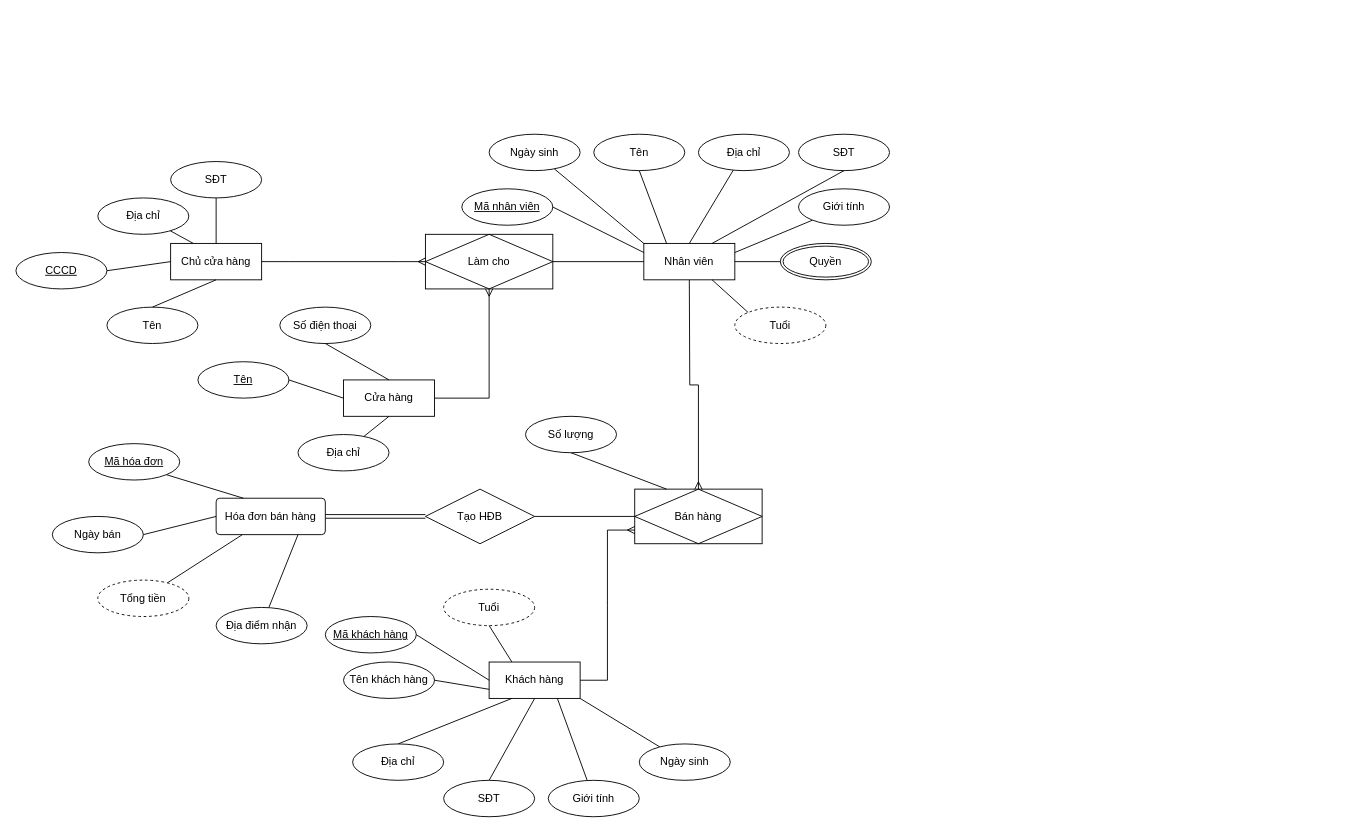
Senorita1610/67 keeps this draw.io diagram as Diagram1.drawio. Above is the earlier version. Source tidied: cells renumbered, new cells numbered last; positions are measured from the earlier drawing's top-left corner, leaving out a move shared by most shapes. Both pictures are drawn from the tidied source at 91%, with x=0, y=0 at pixel (15, 134).
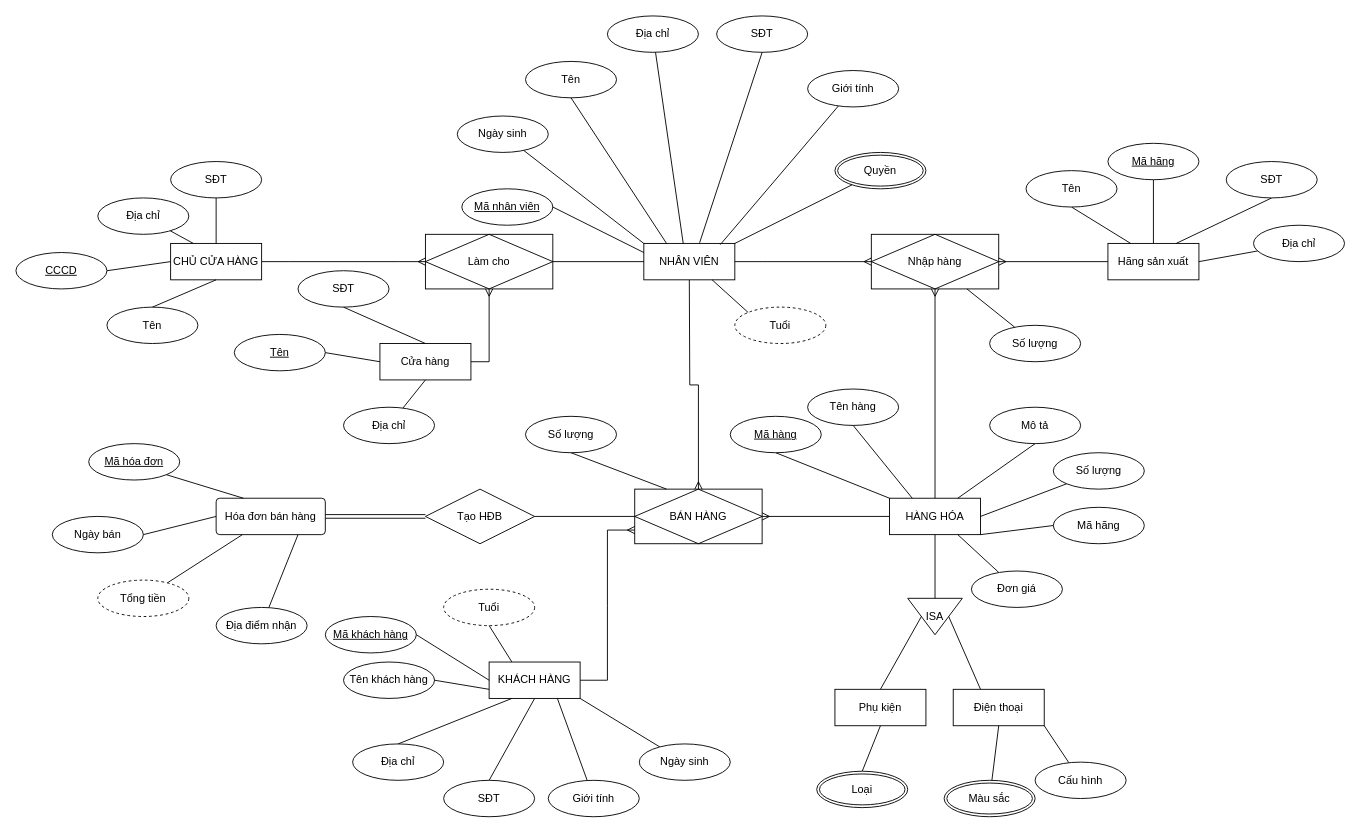
The same diagram, later.

Diff of the diagram source:
```diff
@@
-    <mxCell id="3" value="Bán hàng" style="shape=associativeEntity;whiteSpace=wrap;html=1;align=center;" parent="1" vertex="1">
+    <mxCell id="3" value="BÁN HÀNG" style="shape=associativeEntity;whiteSpace=wrap;html=1;align=center;" parent="1" vertex="1">
       <mxGeometry x="680" y="390" width="140" height="60" as="geometry" />
     </mxCell>
@@
-    <mxCell id="16" value="Khách hàng" style="whiteSpace=wrap;html=1;align=center;shadow=0;" parent="1" vertex="1">
+    <mxCell id="16" value="KHÁCH HÀNG" style="whiteSpace=wrap;html=1;align=center;shadow=0;" parent="1" vertex="1">
       <mxGeometry x="520" y="580" width="100" height="40" as="geometry" />
     </mxCell>
@@
-    <mxCell id="34" value="Nhân viên" style="whiteSpace=wrap;html=1;align=center;" parent="1" vertex="1">
+    <mxCell id="34" value="NHÂN VIÊN" style="whiteSpace=wrap;html=1;align=center;" parent="1" vertex="1">
       <mxGeometry x="690" y="120" width="100" height="40" as="geometry" />
     </mxCell>
@@
     <mxCell id="36" value="Quyền" style="ellipse;shape=doubleEllipse;margin=3;whiteSpace=wrap;html=1;align=center;" parent="1" vertex="1">
-      <mxGeometry x="840" y="120" width="100" height="40" as="geometry" />
+      <mxGeometry x="900" y="20" width="100" height="40" as="geometry" />
     </mxCell>
@@
-    <mxCell id="38" style="endArrow=none;html=1;rounded=0;elbow=vertical;exitX=1;exitY=0.5;exitDx=0;exitDy=0;" parent="1" edge="1" source="34" target="36">
+    <mxCell id="38" style="endArrow=none;html=1;rounded=0;elbow=vertical;exitX=1;exitY=0;exitDx=0;exitDy=0;" parent="1" edge="1" source="34" target="36">
       <mxGeometry relative="1" as="geometry" />
     </mxCell>
-    <mxCell id="39" style="endArrow=none;html=1;rounded=0;elbow=vertical;exitX=1;exitY=0.25;exitDx=0;exitDy=0;" parent="1" edge="1" source="34" target="40">
+    <mxCell id="39" style="endArrow=none;html=1;rounded=0;elbow=vertical;exitX=0.84;exitY=0.033;exitDx=0;exitDy=0;exitPerimeter=0;" parent="1" edge="1" source="34" target="40">
       <mxGeometry relative="1" as="geometry" />
     </mxCell>
     <mxCell id="40" value="Giới tính" style="ellipse;whiteSpace=wrap;html=1;align=center;" parent="1" vertex="1">
-      <mxGeometry x="860" y="60" width="100" height="40" as="geometry" />
+      <mxGeometry x="870" y="-70" width="100" height="40" as="geometry" />
     </mxCell>
     <mxCell id="41" value="SĐT" style="ellipse;whiteSpace=wrap;html=1;align=center;" parent="1" vertex="1">
-      <mxGeometry x="860" width="100" height="40" as="geometry" />
+      <mxGeometry x="770" y="-130" width="100" height="40" as="geometry" />
     </mxCell>
-    <mxCell id="42" style="endArrow=none;html=1;rounded=0;elbow=vertical;exitX=0.75;exitY=0;exitDx=0;exitDy=0;entryX=0.5;entryY=1;entryDx=0;entryDy=0;" parent="1" edge="1" source="34" target="41">
+    <mxCell id="42" style="endArrow=none;html=1;rounded=0;elbow=vertical;entryX=0.5;entryY=1;entryDx=0;entryDy=0;exitX=0.613;exitY=-0.017;exitDx=0;exitDy=0;exitPerimeter=0;" parent="1" edge="1" source="34" target="41">
       <mxGeometry relative="1" as="geometry" />
     </mxCell>
-    <mxCell id="43" style="endArrow=none;html=1;rounded=0;elbow=vertical;exitX=0.5;exitY=0;exitDx=0;exitDy=0;" parent="1" edge="1" source="34" target="44">
+    <mxCell id="43" style="endArrow=none;html=1;rounded=0;elbow=vertical;exitX=0.433;exitY=0;exitDx=0;exitDy=0;exitPerimeter=0;" parent="1" edge="1" source="34" target="44">
       <mxGeometry relative="1" as="geometry" />
     </mxCell>
     <mxCell id="44" value="Địa chỉ" style="ellipse;whiteSpace=wrap;html=1;align=center;" parent="1" vertex="1">
-      <mxGeometry x="750" width="100" height="40" as="geometry" />
+      <mxGeometry x="650" y="-130" width="100" height="40" as="geometry" />
     </mxCell>
     <mxCell id="45" value="Tên" style="ellipse;whiteSpace=wrap;html=1;align=center;" parent="1" vertex="1">
-      <mxGeometry x="635" width="100" height="40" as="geometry" />
+      <mxGeometry x="560" y="-80" width="100" height="40" as="geometry" />
     </mxCell>
@@
     <mxCell id="48" value="Ngày sinh" style="ellipse;whiteSpace=wrap;html=1;align=center;" parent="1" vertex="1">
-      <mxGeometry x="520" width="100" height="40" as="geometry" />
+      <mxGeometry x="485" y="-20" width="100" height="40" as="geometry" />
     </mxCell>
@@
     <mxCell id="54" value="Cửa hàng" style="whiteSpace=wrap;html=1;align=center;" parent="1" vertex="1">
-      <mxGeometry x="360" y="270" width="100" height="40" as="geometry" />
+      <mxGeometry x="400" y="230" width="100" height="40" as="geometry" />
     </mxCell>
-    <mxCell id="55" value="Số điện thoại" style="ellipse;whiteSpace=wrap;html=1;align=center;" parent="1" vertex="1">
-      <mxGeometry x="290" y="190" width="100" height="40" as="geometry" />
+    <mxCell id="55" value="SĐT" style="ellipse;whiteSpace=wrap;html=1;align=center;" parent="1" vertex="1">
+      <mxGeometry x="310" y="150" width="100" height="40" as="geometry" />
     </mxCell>
     <mxCell id="56" value="Tên" style="ellipse;whiteSpace=wrap;html=1;align=center;fontStyle=4;" parent="1" vertex="1">
-      <mxGeometry x="200" y="250" width="100" height="40" as="geometry" />
+      <mxGeometry x="240" y="220" width="100" height="40" as="geometry" />
     </mxCell>
@@
     <mxCell id="60" value="Địa chỉ" style="ellipse;whiteSpace=wrap;html=1;align=center;" parent="1" vertex="1">
-      <mxGeometry x="310" y="330" width="100" height="40" as="geometry" />
+      <mxGeometry x="360" y="300" width="100" height="40" as="geometry" />
     </mxCell>
@@
-    <mxCell id="62" value="Chủ cửa hàng" style="whiteSpace=wrap;html=1;align=center;" parent="1" vertex="1">
+    <mxCell id="62" value="CHỦ CỬA HÀNG" style="whiteSpace=wrap;html=1;align=center;" parent="1" vertex="1">
       <mxGeometry x="170" y="120" width="100" height="40" as="geometry" />
     </mxCell>
@@
+    <mxCell id="71" style="fontSize=12;html=1;endArrow=ERmany;rounded=0;elbow=vertical;exitX=0;exitY=0.5;exitDx=0;exitDy=0;" parent="1" edge="1" source="72" target="3">
+      <mxGeometry relative="1" as="geometry" />
+    </mxCell>
+    <mxCell id="72" value="HÀNG HÓA" style="whiteSpace=wrap;html=1;align=center;" parent="1" vertex="1">
+      <mxGeometry x="960" y="400" width="100" height="40" as="geometry" />
+    </mxCell>
+    <mxCell id="73" style="endArrow=none;html=1;rounded=0;elbow=vertical;entryX=0.25;entryY=0;entryDx=0;entryDy=0;exitX=0.5;exitY=1;exitDx=0;exitDy=0;" parent="1" edge="1" source="74" target="72">
+      <mxGeometry relative="1" as="geometry" />
+    </mxCell>
+    <mxCell id="74" value="Tên hàng" style="ellipse;whiteSpace=wrap;html=1;align=center;" parent="1" vertex="1">
+      <mxGeometry x="870" y="280" width="100" height="40" as="geometry" />
+    </mxCell>
+    <mxCell id="75" style="endArrow=none;html=1;rounded=0;elbow=vertical;entryX=0;entryY=0;entryDx=0;entryDy=0;exitX=0.5;exitY=1;exitDx=0;exitDy=0;" parent="1" edge="1" source="76" target="72">
+      <mxGeometry relative="1" as="geometry" />
+    </mxCell>
+    <mxCell id="76" value="Mã hàng" style="ellipse;whiteSpace=wrap;html=1;align=center;fontStyle=4;" parent="1" vertex="1">
+      <mxGeometry x="785" y="310" width="100" height="40" as="geometry" />
+    </mxCell>
+    <mxCell id="77" style="endArrow=none;html=1;rounded=0;elbow=vertical;exitX=0.75;exitY=0;exitDx=0;exitDy=0;entryX=0.5;entryY=1;entryDx=0;entryDy=0;" parent="1" edge="1" source="72" target="78">
+      <mxGeometry relative="1" as="geometry" />
+    </mxCell>
+    <mxCell id="78" value="Mô tả" style="ellipse;whiteSpace=wrap;html=1;align=center;" parent="1" vertex="1">
+      <mxGeometry x="1070" y="300" width="100" height="40" as="geometry" />
+    </mxCell>
+    <mxCell id="79" value="Số lượng" style="ellipse;whiteSpace=wrap;html=1;align=center;" parent="1" vertex="1">
+      <mxGeometry x="1140" y="350" width="100" height="40" as="geometry" />
+    </mxCell>
+    <mxCell id="80" style="endArrow=none;html=1;rounded=0;elbow=vertical;exitX=1;exitY=0.5;exitDx=0;exitDy=0;entryX=0;entryY=1;entryDx=0;entryDy=0;" parent="1" edge="1" source="72" target="79">
+      <mxGeometry relative="1" as="geometry" />
+    </mxCell>
+    <mxCell id="81" value="Mã hãng" style="ellipse;whiteSpace=wrap;html=1;align=center;" parent="1" vertex="1">
+      <mxGeometry x="1140" y="410" width="100" height="40" as="geometry" />
+    </mxCell>
+    <mxCell id="82" style="endArrow=none;html=1;rounded=0;elbow=vertical;exitX=1;exitY=1;exitDx=0;exitDy=0;entryX=0;entryY=0.5;entryDx=0;entryDy=0;" parent="1" edge="1" source="72" target="81">
+      <mxGeometry relative="1" as="geometry" />
+    </mxCell>
+    <mxCell id="83" style="endArrow=none;html=1;rounded=0;elbow=vertical;exitX=0.75;exitY=1;exitDx=0;exitDy=0;" parent="1" edge="1" source="72" target="84">
+      <mxGeometry relative="1" as="geometry" />
+    </mxCell>
+    <mxCell id="84" value="Đơn giá" style="ellipse;whiteSpace=wrap;html=1;align=center;" parent="1" vertex="1">
+      <mxGeometry x="1050" y="480" width="100" height="40" as="geometry" />
+    </mxCell>
+    <mxCell id="85" value="ISA" style="triangle;whiteSpace=wrap;html=1;direction=south;" parent="1" vertex="1">
+      <mxGeometry x="980" y="510" width="60" height="40" as="geometry" />
+    </mxCell>
+    <mxCell id="86" style="endArrow=none;html=1;rounded=0;elbow=vertical;exitX=0;exitY=0.5;exitDx=0;exitDy=0;entryX=0.5;entryY=1;entryDx=0;entryDy=0;" parent="1" edge="1" source="85" target="72">
+      <mxGeometry relative="1" as="geometry" />
+    </mxCell>
+    <mxCell id="87" style="endArrow=none;html=1;rounded=0;elbow=vertical;entryX=0.5;entryY=1;entryDx=0;entryDy=0;exitX=0.5;exitY=0;exitDx=0;exitDy=0;" parent="1" edge="1" source="89" target="85">
+      <mxGeometry relative="1" as="geometry" />
+    </mxCell>
+    <mxCell id="88" style="endArrow=none;html=1;rounded=0;elbow=vertical;exitX=0.5;exitY=0;exitDx=0;exitDy=0;" parent="1" edge="1" source="85">
+      <mxGeometry relative="1" as="geometry">
+        <mxPoint x="1060" y="610" as="targetPoint" />
+      </mxGeometry>
+    </mxCell>
+    <mxCell id="89" value="Phụ kiện" style="whiteSpace=wrap;html=1;align=center;" parent="1" vertex="1">
+      <mxGeometry x="900" y="610" width="100" height="40" as="geometry" />
+    </mxCell>
+    <mxCell id="90" value="Điện thoại" style="whiteSpace=wrap;html=1;align=center;" parent="1" vertex="1">
+      <mxGeometry x="1030" y="610" width="100" height="40" as="geometry" />
+    </mxCell>
+    <mxCell id="91" style="endArrow=none;html=1;rounded=0;elbow=vertical;exitX=0.5;exitY=1;exitDx=0;exitDy=0;entryX=0.5;entryY=0;entryDx=0;entryDy=0;" parent="1" edge="1" source="89" target="92">
+      <mxGeometry relative="1" as="geometry" />
+    </mxCell>
+    <mxCell id="92" value="Loại" style="ellipse;shape=doubleEllipse;margin=3;whiteSpace=wrap;html=1;align=center;" parent="1" vertex="1">
+      <mxGeometry x="880" y="700" width="100" height="40" as="geometry" />
+    </mxCell>
+    <mxCell id="93" style="endArrow=none;html=1;rounded=0;elbow=vertical;exitX=0.5;exitY=1;exitDx=0;exitDy=0;" parent="1" edge="1" source="90" target="94">
+      <mxGeometry relative="1" as="geometry" />
+    </mxCell>
+    <mxCell id="94" value="Màu sắc" style="ellipse;shape=doubleEllipse;margin=3;whiteSpace=wrap;html=1;align=center;" parent="1" vertex="1">
+      <mxGeometry x="1020" y="710" width="100" height="40" as="geometry" />
+    </mxCell>
+    <mxCell id="95" style="endArrow=none;html=1;rounded=0;elbow=vertical;exitX=1;exitY=1;exitDx=0;exitDy=0;" parent="1" edge="1" source="90" target="96">
+      <mxGeometry relative="1" as="geometry" />
+    </mxCell>
+    <mxCell id="96" value="Cấu hình" style="ellipse;whiteSpace=wrap;html=1;align=center;" parent="1" vertex="1">
+      <mxGeometry x="1120" y="690" width="100" height="40" as="geometry" />
+    </mxCell>
+    <mxCell id="97" style="edgeStyle=entityRelationEdgeStyle;fontSize=12;html=1;endArrow=ERmany;rounded=0;elbow=vertical;exitX=1;exitY=0.5;exitDx=0;exitDy=0;entryX=0;entryY=0.5;entryDx=0;entryDy=0;" parent="1" edge="1" source="34" target="98">
+      <mxGeometry relative="1" as="geometry" />
+    </mxCell>
+    <mxCell id="98" value="Nhập hàng" style="shape=associativeEntity;whiteSpace=wrap;html=1;align=center;" parent="1" vertex="1">
+      <mxGeometry x="940" y="110" width="140" height="60" as="geometry" />
+    </mxCell>
+    <mxCell id="99" style="fontSize=12;html=1;endArrow=ERmany;rounded=0;elbow=vertical;exitX=0.5;exitY=0;exitDx=0;exitDy=0;entryX=0.5;entryY=1;entryDx=0;entryDy=0;" parent="1" edge="1" source="72" target="98">
+      <mxGeometry relative="1" as="geometry" />
+    </mxCell>
+    <mxCell id="100" style="endArrow=none;html=1;rounded=0;elbow=vertical;exitX=0.75;exitY=1;exitDx=0;exitDy=0;" parent="1" edge="1" source="98" target="101">
+      <mxGeometry relative="1" as="geometry" />
+    </mxCell>
+    <mxCell id="101" value="Số lượng" style="ellipse;whiteSpace=wrap;html=1;align=center;" parent="1" vertex="1">
+      <mxGeometry x="1070" y="210" width="100" height="40" as="geometry" />
+    </mxCell>
+    <mxCell id="102" style="fontSize=12;html=1;endArrow=ERmany;rounded=0;elbow=vertical;entryX=1;entryY=0.5;entryDx=0;entryDy=0;exitX=0;exitY=0.5;exitDx=0;exitDy=0;" parent="1" edge="1" source="103" target="98">
+      <mxGeometry relative="1" as="geometry" />
+    </mxCell>
+    <mxCell id="103" value="Hãng sản xuất" style="whiteSpace=wrap;html=1;align=center;" parent="1" vertex="1">
+      <mxGeometry x="1200" y="120" width="100" height="40" as="geometry" />
+    </mxCell>
+    <mxCell id="104" style="endArrow=none;html=1;rounded=0;elbow=vertical;entryX=0.25;entryY=0;entryDx=0;entryDy=0;exitX=0.5;exitY=1;exitDx=0;exitDy=0;" parent="1" edge="1" source="105" target="103">
+      <mxGeometry relative="1" as="geometry" />
+    </mxCell>
+    <mxCell id="105" value="Tên" style="ellipse;whiteSpace=wrap;html=1;align=center;" parent="1" vertex="1">
+      <mxGeometry x="1110" y="40" width="100" height="40" as="geometry" />
+    </mxCell>
+    <mxCell id="106" style="endArrow=none;html=1;rounded=0;elbow=vertical;exitX=0.5;exitY=0;exitDx=0;exitDy=0;" parent="1" edge="1" source="103" target="107">
+      <mxGeometry relative="1" as="geometry" />
+    </mxCell>
+    <mxCell id="107" value="Mã hãng" style="ellipse;whiteSpace=wrap;html=1;align=center;fontStyle=4;" parent="1" vertex="1">
+      <mxGeometry x="1200" y="10" width="100" height="40" as="geometry" />
+    </mxCell>
+    <mxCell id="108" style="endArrow=none;html=1;rounded=0;elbow=vertical;entryX=0.75;entryY=0;entryDx=0;entryDy=0;exitX=0.5;exitY=1;exitDx=0;exitDy=0;" parent="1" edge="1" source="109" target="103">
+      <mxGeometry relative="1" as="geometry" />
+    </mxCell>
+    <mxCell id="109" value="SĐT" style="ellipse;whiteSpace=wrap;html=1;align=center;" parent="1" vertex="1">
+      <mxGeometry x="1330" y="30" width="100" height="40" as="geometry" />
+    </mxCell>
+    <mxCell id="110" style="endArrow=none;html=1;rounded=0;elbow=vertical;exitX=1;exitY=0.5;exitDx=0;exitDy=0;" parent="1" edge="1" source="103" target="111">
+      <mxGeometry relative="1" as="geometry" />
+    </mxCell>
+    <mxCell id="111" value="Địa chỉ" style="ellipse;whiteSpace=wrap;html=1;align=center;" parent="1" vertex="1">
+      <mxGeometry x="1360" y="100" width="100" height="40" as="geometry" />
+    </mxCell>
```
